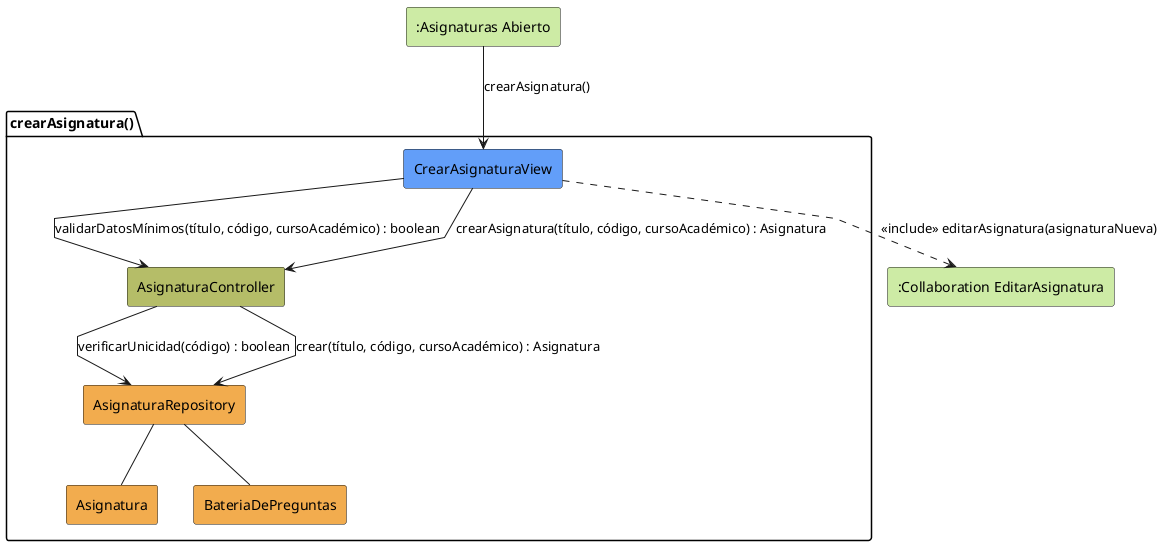
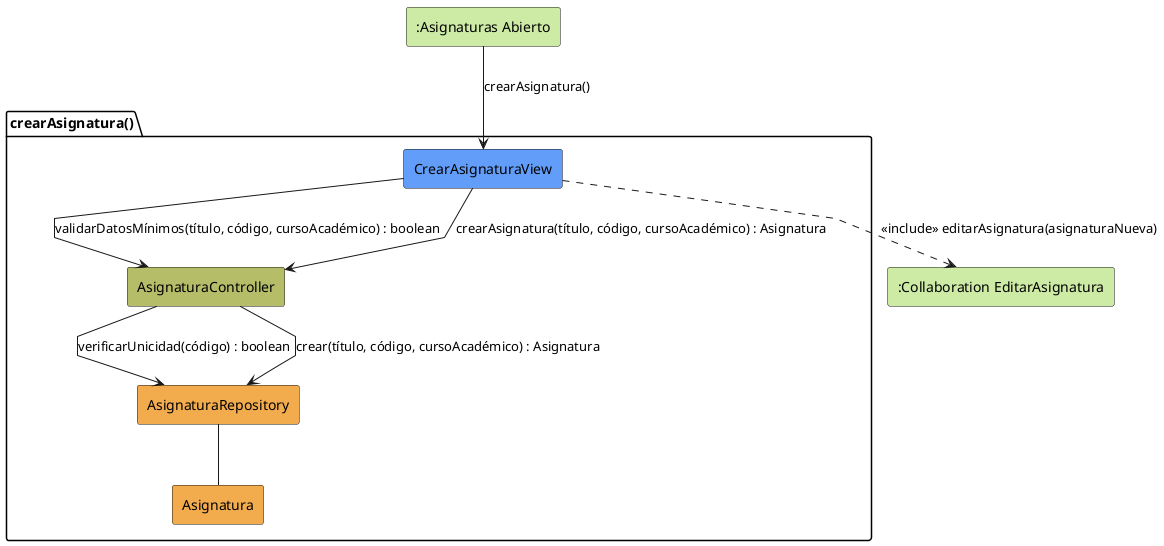
@startuml crearAsignatura-analisis
skinparam linetype polyline

rectangle #CDEBA5 ":Asignaturas Abierto" as AsignaturasAbierto
rectangle #CDEBA5 ":Collaboration EditarAsignatura" as EditarAsignatura

package crearAsignatura as "crearAsignatura()" {
    rectangle #629EF9 CrearAsignaturaView
    rectangle #b5bd68 AsignaturaController
    rectangle #F2AC4E AsignaturaRepository
    rectangle #F2AC4E Asignatura
-     rectangle #F2AC4E BateriaDePreguntas
}

AsignaturasAbierto --> CrearAsignaturaView: crearAsignatura()


CrearAsignaturaView -d-> AsignaturaController: validarDatosMínimos(título, código, cursoAcadémico) : boolean

AsignaturaController --> AsignaturaRepository: verificarUnicidad(código) : boolean

CrearAsignaturaView --> AsignaturaController: crearAsignatura(título, código, cursoAcadémico) : Asignatura

AsignaturaController --> AsignaturaRepository: crear(título, código, cursoAcadémico) : Asignatura

AsignaturaRepository -- Asignatura
- AsignaturaRepository -- BateriaDePreguntas

CrearAsignaturaView ..> EditarAsignatura: <<include>> editarAsignatura(asignaturaNueva)

@enduml
